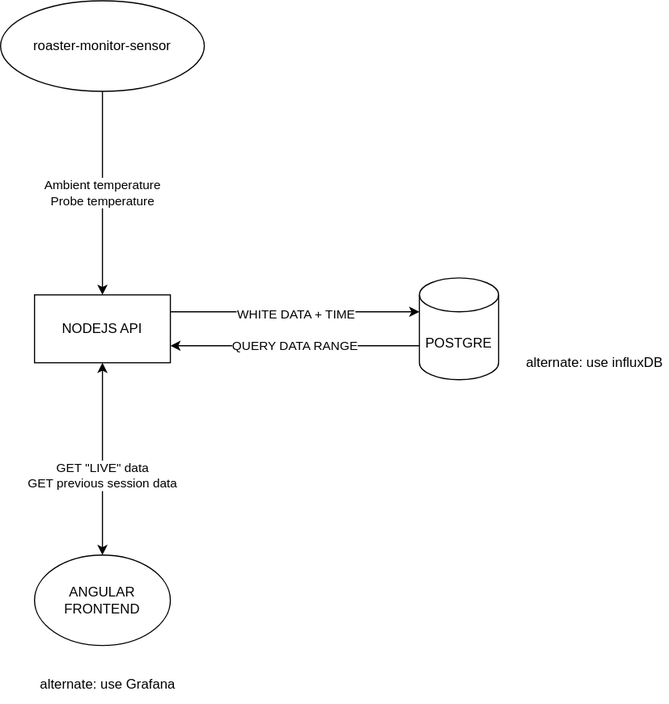
Earlier version of the draw.io export structure.drawio.svg (SuperJSBros/roaster-monitor-api). Source tidied: cells renumbered, new cells last; positions are measured from the earlier drawing's top-left corner, leaving out a move shared by most shapes.
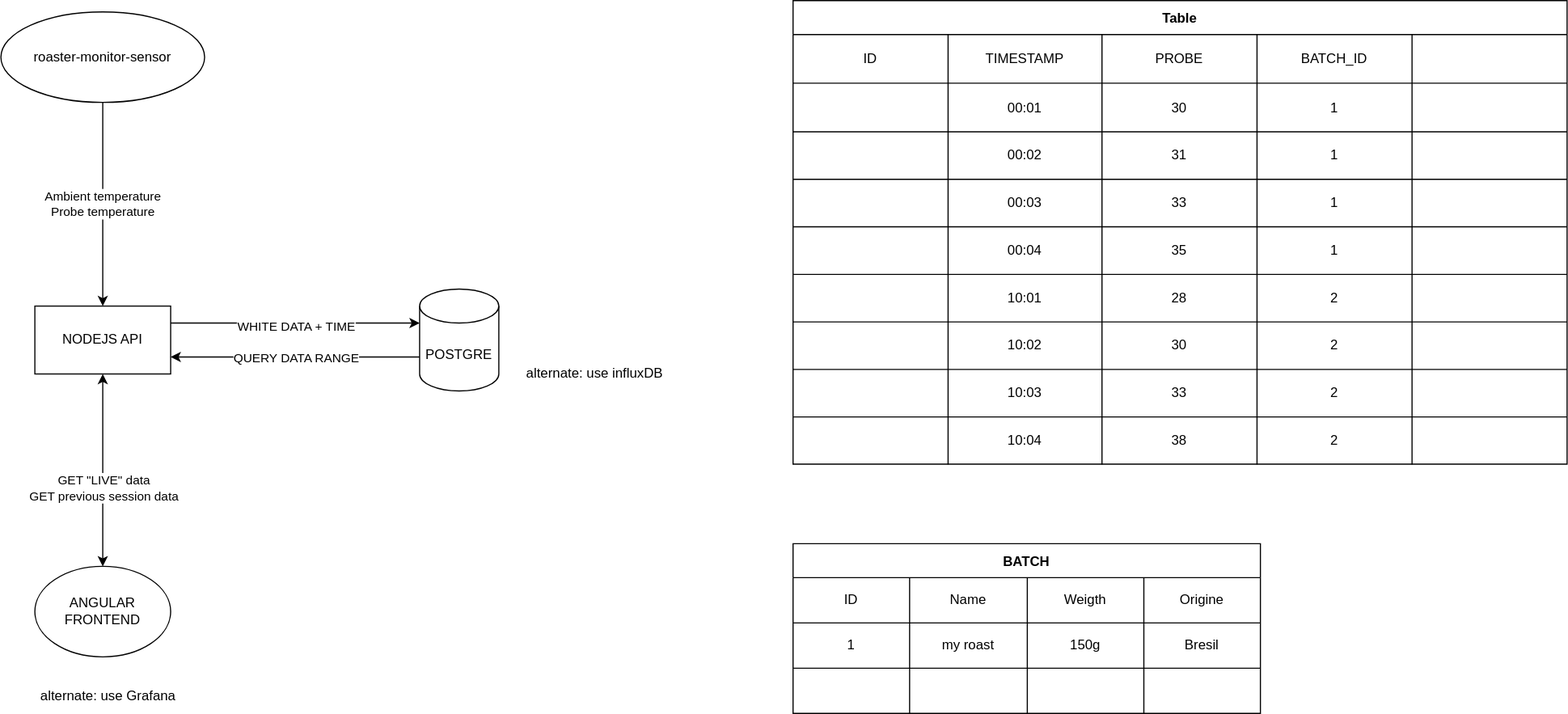
The same file after the commit.

Commit message:
added db table sketch

Diff of the diagram source:
```diff
@@ -47,5 +47,218 @@
     <mxCell id="14" value="alternate: use Grafana" style="text;html=1;strokeColor=none;fillColor=none;align=center;verticalAlign=middle;whiteSpace=wrap;rounded=0;" parent="1" vertex="1">
       <mxGeometry x="30" y="590" width="130" height="30" as="geometry" />
     </mxCell>
+    <mxCell id="15" value="Table" style="shape=table;startSize=30;fontStyle=1;align=center;" parent="1" vertex="1">
+      <mxGeometry x="700" y="-10" width="684" height="409.7" as="geometry" />
+    </mxCell>
+    <mxCell id="16" style="shape=tableRow;horizontal=0;startSize=0;swimlaneHead=0;swimlaneBody=0;top=0;left=0;bottom=0;right=0;fillColor=none;" parent="15" vertex="1">
+      <mxGeometry y="30" width="684" height="43" as="geometry" />
+    </mxCell>
+    <mxCell id="17" value="ID" style="shape=partialRectangle;html=1;whiteSpace=wrap;fillColor=none;top=0;left=0;bottom=0;right=0;overflow=hidden;" parent="16" vertex="1">
+      <mxGeometry width="137" height="43" as="geometry" />
+    </mxCell>
+    <mxCell id="18" value="TIMESTAMP" style="shape=partialRectangle;html=1;whiteSpace=wrap;fillColor=none;top=0;left=0;bottom=0;right=0;overflow=hidden;" parent="16" vertex="1">
+      <mxGeometry x="137" width="136" height="43" as="geometry" />
+    </mxCell>
+    <mxCell id="19" value="PROBE" style="shape=partialRectangle;html=1;whiteSpace=wrap;fillColor=none;top=0;left=0;bottom=0;right=0;overflow=hidden;" parent="16" vertex="1">
+      <mxGeometry x="273" width="137" height="43" as="geometry" />
+    </mxCell>
+    <mxCell id="20" value="BATCH_ID" style="shape=partialRectangle;html=1;whiteSpace=wrap;fillColor=none;top=0;left=0;bottom=0;right=0;overflow=hidden;" parent="16" vertex="1">
+      <mxGeometry x="410" width="137" height="43" as="geometry" />
+    </mxCell>
+    <mxCell id="21" style="shape=partialRectangle;html=1;whiteSpace=wrap;fillColor=none;top=0;left=0;bottom=0;right=0;overflow=hidden;" parent="16" vertex="1">
+      <mxGeometry x="547" width="137" height="43" as="geometry" />
+    </mxCell>
+    <mxCell id="22" style="shape=tableRow;horizontal=0;startSize=0;swimlaneHead=0;swimlaneBody=0;top=0;left=0;bottom=0;right=0;fillColor=none;" parent="15" vertex="1">
+      <mxGeometry y="73" width="684" height="43" as="geometry" />
+    </mxCell>
+    <mxCell id="23" style="shape=partialRectangle;html=1;whiteSpace=wrap;fillColor=none;top=0;left=0;bottom=0;right=0;overflow=hidden;" parent="22" vertex="1">
+      <mxGeometry width="137" height="43" as="geometry" />
+    </mxCell>
+    <mxCell id="24" value="00:01" style="shape=partialRectangle;html=1;whiteSpace=wrap;fillColor=none;top=0;left=0;bottom=0;right=0;overflow=hidden;" parent="22" vertex="1">
+      <mxGeometry x="137" width="136" height="43" as="geometry" />
+    </mxCell>
+    <mxCell id="25" value="30" style="shape=partialRectangle;html=1;whiteSpace=wrap;fillColor=none;top=0;left=0;bottom=0;right=0;overflow=hidden;" parent="22" vertex="1">
+      <mxGeometry x="273" width="137" height="43" as="geometry" />
+    </mxCell>
+    <mxCell id="26" value="1" style="shape=partialRectangle;html=1;whiteSpace=wrap;fillColor=none;top=0;left=0;bottom=0;right=0;overflow=hidden;" parent="22" vertex="1">
+      <mxGeometry x="410" width="137" height="43" as="geometry" />
+    </mxCell>
+    <mxCell id="27" style="shape=partialRectangle;html=1;whiteSpace=wrap;fillColor=none;top=0;left=0;bottom=0;right=0;overflow=hidden;" parent="22" vertex="1">
+      <mxGeometry x="547" width="137" height="43" as="geometry" />
+    </mxCell>
+    <mxCell id="28" style="shape=tableRow;horizontal=0;startSize=0;swimlaneHead=0;swimlaneBody=0;top=0;left=0;bottom=0;right=0;fillColor=none;" parent="15" vertex="1">
+      <mxGeometry y="116" width="684" height="42" as="geometry" />
+    </mxCell>
+    <mxCell id="29" style="shape=partialRectangle;html=1;whiteSpace=wrap;fillColor=none;top=0;left=0;bottom=0;right=0;overflow=hidden;" parent="28" vertex="1">
+      <mxGeometry width="137" height="42" as="geometry" />
+    </mxCell>
+    <mxCell id="30" value="00:02" style="shape=partialRectangle;html=1;whiteSpace=wrap;fillColor=none;top=0;left=0;bottom=0;right=0;overflow=hidden;" parent="28" vertex="1">
+      <mxGeometry x="137" width="136" height="42" as="geometry" />
+    </mxCell>
+    <mxCell id="31" value="31" style="shape=partialRectangle;html=1;whiteSpace=wrap;fillColor=none;top=0;left=0;bottom=0;right=0;overflow=hidden;" parent="28" vertex="1">
+      <mxGeometry x="273" width="137" height="42" as="geometry" />
+    </mxCell>
+    <mxCell id="32" value="1" style="shape=partialRectangle;html=1;whiteSpace=wrap;fillColor=none;top=0;left=0;bottom=0;right=0;overflow=hidden;" parent="28" vertex="1">
+      <mxGeometry x="410" width="137" height="42" as="geometry" />
+    </mxCell>
+    <mxCell id="33" style="shape=partialRectangle;html=1;whiteSpace=wrap;fillColor=none;top=0;left=0;bottom=0;right=0;overflow=hidden;" parent="28" vertex="1">
+      <mxGeometry x="547" width="137" height="42" as="geometry" />
+    </mxCell>
+    <mxCell id="34" style="shape=tableRow;horizontal=0;startSize=0;swimlaneHead=0;swimlaneBody=0;top=0;left=0;bottom=0;right=0;fillColor=none;" parent="15" vertex="1">
+      <mxGeometry y="158" width="684" height="42" as="geometry" />
+    </mxCell>
+    <mxCell id="35" style="shape=partialRectangle;html=1;whiteSpace=wrap;fillColor=none;top=0;left=0;bottom=0;right=0;overflow=hidden;" parent="34" vertex="1">
+      <mxGeometry width="137" height="42" as="geometry" />
+    </mxCell>
+    <mxCell id="36" value="00:03" style="shape=partialRectangle;html=1;whiteSpace=wrap;fillColor=none;top=0;left=0;bottom=0;right=0;overflow=hidden;" parent="34" vertex="1">
+      <mxGeometry x="137" width="136" height="42" as="geometry" />
+    </mxCell>
+    <mxCell id="37" value="33" style="shape=partialRectangle;html=1;whiteSpace=wrap;fillColor=none;top=0;left=0;bottom=0;right=0;overflow=hidden;" parent="34" vertex="1">
+      <mxGeometry x="273" width="137" height="42" as="geometry" />
+    </mxCell>
+    <mxCell id="38" value="1" style="shape=partialRectangle;html=1;whiteSpace=wrap;fillColor=none;top=0;left=0;bottom=0;right=0;overflow=hidden;" parent="34" vertex="1">
+      <mxGeometry x="410" width="137" height="42" as="geometry" />
+    </mxCell>
+    <mxCell id="39" style="shape=partialRectangle;html=1;whiteSpace=wrap;fillColor=none;top=0;left=0;bottom=0;right=0;overflow=hidden;" parent="34" vertex="1">
+      <mxGeometry x="547" width="137" height="42" as="geometry" />
+    </mxCell>
+    <mxCell id="40" style="shape=tableRow;horizontal=0;startSize=0;swimlaneHead=0;swimlaneBody=0;top=0;left=0;bottom=0;right=0;fillColor=none;" parent="15" vertex="1">
+      <mxGeometry y="200" width="684" height="42" as="geometry" />
+    </mxCell>
+    <mxCell id="41" style="shape=partialRectangle;html=1;whiteSpace=wrap;fillColor=none;top=0;left=0;bottom=0;right=0;overflow=hidden;" parent="40" vertex="1">
+      <mxGeometry width="137" height="42" as="geometry" />
+    </mxCell>
+    <mxCell id="42" value="00:04" style="shape=partialRectangle;html=1;whiteSpace=wrap;fillColor=none;top=0;left=0;bottom=0;right=0;overflow=hidden;" parent="40" vertex="1">
+      <mxGeometry x="137" width="136" height="42" as="geometry" />
+    </mxCell>
+    <mxCell id="43" value="35" style="shape=partialRectangle;html=1;whiteSpace=wrap;fillColor=none;top=0;left=0;bottom=0;right=0;overflow=hidden;" parent="40" vertex="1">
+      <mxGeometry x="273" width="137" height="42" as="geometry" />
+    </mxCell>
+    <mxCell id="44" value="1" style="shape=partialRectangle;html=1;whiteSpace=wrap;fillColor=none;top=0;left=0;bottom=0;right=0;overflow=hidden;" parent="40" vertex="1">
+      <mxGeometry x="410" width="137" height="42" as="geometry" />
+    </mxCell>
+    <mxCell id="45" style="shape=partialRectangle;html=1;whiteSpace=wrap;fillColor=none;top=0;left=0;bottom=0;right=0;overflow=hidden;" parent="40" vertex="1">
+      <mxGeometry x="547" width="137" height="42" as="geometry" />
+    </mxCell>
+    <mxCell id="46" style="shape=tableRow;horizontal=0;startSize=0;swimlaneHead=0;swimlaneBody=0;top=0;left=0;bottom=0;right=0;fillColor=none;" parent="15" vertex="1">
+      <mxGeometry y="242" width="684" height="42" as="geometry" />
+    </mxCell>
+    <mxCell id="47" style="shape=partialRectangle;html=1;whiteSpace=wrap;fillColor=none;top=0;left=0;bottom=0;right=0;overflow=hidden;" parent="46" vertex="1">
+      <mxGeometry width="137" height="42" as="geometry" />
+    </mxCell>
+    <mxCell id="48" value="10:01" style="shape=partialRectangle;html=1;whiteSpace=wrap;fillColor=none;top=0;left=0;bottom=0;right=0;overflow=hidden;" parent="46" vertex="1">
+      <mxGeometry x="137" width="136" height="42" as="geometry" />
+    </mxCell>
+    <mxCell id="49" value="28" style="shape=partialRectangle;html=1;whiteSpace=wrap;fillColor=none;top=0;left=0;bottom=0;right=0;overflow=hidden;" parent="46" vertex="1">
+      <mxGeometry x="273" width="137" height="42" as="geometry" />
+    </mxCell>
+    <mxCell id="50" value="2" style="shape=partialRectangle;html=1;whiteSpace=wrap;fillColor=none;top=0;left=0;bottom=0;right=0;overflow=hidden;" parent="46" vertex="1">
+      <mxGeometry x="410" width="137" height="42" as="geometry" />
+    </mxCell>
+    <mxCell id="51" style="shape=partialRectangle;html=1;whiteSpace=wrap;fillColor=none;top=0;left=0;bottom=0;right=0;overflow=hidden;" parent="46" vertex="1">
+      <mxGeometry x="547" width="137" height="42" as="geometry" />
+    </mxCell>
+    <mxCell id="52" style="shape=tableRow;horizontal=0;startSize=0;swimlaneHead=0;swimlaneBody=0;top=0;left=0;bottom=0;right=0;fillColor=none;" parent="15" vertex="1">
+      <mxGeometry y="284" width="684" height="42" as="geometry" />
+    </mxCell>
+    <mxCell id="53" style="shape=partialRectangle;html=1;whiteSpace=wrap;fillColor=none;top=0;left=0;bottom=0;right=0;overflow=hidden;" parent="52" vertex="1">
+      <mxGeometry width="137" height="42" as="geometry" />
+    </mxCell>
+    <mxCell id="54" value="10:02" style="shape=partialRectangle;html=1;whiteSpace=wrap;fillColor=none;top=0;left=0;bottom=0;right=0;overflow=hidden;" parent="52" vertex="1">
+      <mxGeometry x="137" width="136" height="42" as="geometry" />
+    </mxCell>
+    <mxCell id="55" value="30" style="shape=partialRectangle;html=1;whiteSpace=wrap;fillColor=none;top=0;left=0;bottom=0;right=0;overflow=hidden;" parent="52" vertex="1">
+      <mxGeometry x="273" width="137" height="42" as="geometry" />
+    </mxCell>
+    <mxCell id="56" value="2" style="shape=partialRectangle;html=1;whiteSpace=wrap;fillColor=none;top=0;left=0;bottom=0;right=0;overflow=hidden;" parent="52" vertex="1">
+      <mxGeometry x="410" width="137" height="42" as="geometry" />
+    </mxCell>
+    <mxCell id="57" style="shape=partialRectangle;html=1;whiteSpace=wrap;fillColor=none;top=0;left=0;bottom=0;right=0;overflow=hidden;" parent="52" vertex="1">
+      <mxGeometry x="547" width="137" height="42" as="geometry" />
+    </mxCell>
+    <mxCell id="58" style="shape=tableRow;horizontal=0;startSize=0;swimlaneHead=0;swimlaneBody=0;top=0;left=0;bottom=0;right=0;fillColor=none;" parent="15" vertex="1">
+      <mxGeometry y="326" width="684" height="42" as="geometry" />
+    </mxCell>
+    <mxCell id="59" style="shape=partialRectangle;html=1;whiteSpace=wrap;fillColor=none;top=0;left=0;bottom=0;right=0;overflow=hidden;" parent="58" vertex="1">
+      <mxGeometry width="137" height="42" as="geometry" />
+    </mxCell>
+    <mxCell id="60" value="10:03" style="shape=partialRectangle;html=1;whiteSpace=wrap;fillColor=none;top=0;left=0;bottom=0;right=0;overflow=hidden;" parent="58" vertex="1">
+      <mxGeometry x="137" width="136" height="42" as="geometry" />
+    </mxCell>
+    <mxCell id="61" value="33" style="shape=partialRectangle;html=1;whiteSpace=wrap;fillColor=none;top=0;left=0;bottom=0;right=0;overflow=hidden;" parent="58" vertex="1">
+      <mxGeometry x="273" width="137" height="42" as="geometry" />
+    </mxCell>
+    <mxCell id="62" value="2" style="shape=partialRectangle;html=1;whiteSpace=wrap;fillColor=none;top=0;left=0;bottom=0;right=0;overflow=hidden;" parent="58" vertex="1">
+      <mxGeometry x="410" width="137" height="42" as="geometry" />
+    </mxCell>
+    <mxCell id="63" style="shape=partialRectangle;html=1;whiteSpace=wrap;fillColor=none;top=0;left=0;bottom=0;right=0;overflow=hidden;" parent="58" vertex="1">
+      <mxGeometry x="547" width="137" height="42" as="geometry" />
+    </mxCell>
+    <mxCell id="64" style="shape=tableRow;horizontal=0;startSize=0;swimlaneHead=0;swimlaneBody=0;top=0;left=0;bottom=0;right=0;fillColor=none;" parent="15" vertex="1">
+      <mxGeometry y="368" width="684" height="42" as="geometry" />
+    </mxCell>
+    <mxCell id="65" style="shape=partialRectangle;html=1;whiteSpace=wrap;fillColor=none;top=0;left=0;bottom=0;right=0;overflow=hidden;" parent="64" vertex="1">
+      <mxGeometry width="137" height="42" as="geometry" />
+    </mxCell>
+    <mxCell id="66" value="10:04" style="shape=partialRectangle;html=1;whiteSpace=wrap;fillColor=none;top=0;left=0;bottom=0;right=0;overflow=hidden;" parent="64" vertex="1">
+      <mxGeometry x="137" width="136" height="42" as="geometry" />
+    </mxCell>
+    <mxCell id="67" value="38" style="shape=partialRectangle;html=1;whiteSpace=wrap;fillColor=none;top=0;left=0;bottom=0;right=0;overflow=hidden;" parent="64" vertex="1">
+      <mxGeometry x="273" width="137" height="42" as="geometry" />
+    </mxCell>
+    <mxCell id="68" value="2" style="shape=partialRectangle;html=1;whiteSpace=wrap;fillColor=none;top=0;left=0;bottom=0;right=0;overflow=hidden;" parent="64" vertex="1">
+      <mxGeometry x="410" width="137" height="42" as="geometry" />
+    </mxCell>
+    <mxCell id="69" style="shape=partialRectangle;html=1;whiteSpace=wrap;fillColor=none;top=0;left=0;bottom=0;right=0;overflow=hidden;" parent="64" vertex="1">
+      <mxGeometry x="547" width="137" height="42" as="geometry" />
+    </mxCell>
+    <mxCell id="70" value="BATCH" style="shape=table;startSize=30;fontStyle=1;align=center;" parent="1" vertex="1">
+      <mxGeometry x="700" y="470" width="413" height="150" as="geometry" />
+    </mxCell>
+    <mxCell id="71" style="shape=tableRow;horizontal=0;startSize=0;swimlaneHead=0;swimlaneBody=0;top=0;left=0;bottom=0;right=0;fillColor=none;" parent="70" vertex="1">
+      <mxGeometry y="30" width="413" height="40" as="geometry" />
+    </mxCell>
+    <mxCell id="72" value="ID" style="shape=partialRectangle;html=1;whiteSpace=wrap;fillColor=none;top=0;left=0;bottom=0;right=0;overflow=hidden;" parent="71" vertex="1">
+      <mxGeometry width="103" height="40" as="geometry" />
+    </mxCell>
+    <mxCell id="73" value="Name" style="shape=partialRectangle;html=1;whiteSpace=wrap;fillColor=none;top=0;left=0;bottom=0;right=0;overflow=hidden;" parent="71" vertex="1">
+      <mxGeometry x="103" width="104" height="40" as="geometry" />
+    </mxCell>
+    <mxCell id="74" value="Weigth" style="shape=partialRectangle;html=1;whiteSpace=wrap;fillColor=none;top=0;left=0;bottom=0;right=0;overflow=hidden;" parent="71" vertex="1">
+      <mxGeometry x="207" width="103" height="40" as="geometry" />
+    </mxCell>
+    <mxCell id="75" value="Origine" style="shape=partialRectangle;html=1;whiteSpace=wrap;fillColor=none;top=0;left=0;bottom=0;right=0;overflow=hidden;" parent="71" vertex="1">
+      <mxGeometry x="310" width="103" height="40" as="geometry" />
+    </mxCell>
+    <mxCell id="76" style="shape=tableRow;horizontal=0;startSize=0;swimlaneHead=0;swimlaneBody=0;top=0;left=0;bottom=0;right=0;fillColor=none;" parent="70" vertex="1">
+      <mxGeometry y="70" width="413" height="40" as="geometry" />
+    </mxCell>
+    <mxCell id="77" value="1" style="shape=partialRectangle;html=1;whiteSpace=wrap;fillColor=none;top=0;left=0;bottom=0;right=0;overflow=hidden;" parent="76" vertex="1">
+      <mxGeometry width="103" height="40" as="geometry" />
+    </mxCell>
+    <mxCell id="78" value="my roast" style="shape=partialRectangle;html=1;whiteSpace=wrap;fillColor=none;top=0;left=0;bottom=0;right=0;overflow=hidden;" parent="76" vertex="1">
+      <mxGeometry x="103" width="104" height="40" as="geometry" />
+    </mxCell>
+    <mxCell id="79" value="150g" style="shape=partialRectangle;html=1;whiteSpace=wrap;fillColor=none;top=0;left=0;bottom=0;right=0;overflow=hidden;" parent="76" vertex="1">
+      <mxGeometry x="207" width="103" height="40" as="geometry" />
+    </mxCell>
+    <mxCell id="80" value="Bresil" style="shape=partialRectangle;html=1;whiteSpace=wrap;fillColor=none;top=0;left=0;bottom=0;right=0;overflow=hidden;" parent="76" vertex="1">
+      <mxGeometry x="310" width="103" height="40" as="geometry" />
+    </mxCell>
+    <mxCell id="81" style="shape=tableRow;horizontal=0;startSize=0;swimlaneHead=0;swimlaneBody=0;top=0;left=0;bottom=0;right=0;fillColor=none;" parent="70" vertex="1">
+      <mxGeometry y="110" width="413" height="40" as="geometry" />
+    </mxCell>
+    <mxCell id="82" style="shape=partialRectangle;html=1;whiteSpace=wrap;fillColor=none;top=0;left=0;bottom=0;right=0;overflow=hidden;" parent="81" vertex="1">
+      <mxGeometry width="103" height="40" as="geometry" />
+    </mxCell>
+    <mxCell id="83" style="shape=partialRectangle;html=1;whiteSpace=wrap;fillColor=none;top=0;left=0;bottom=0;right=0;overflow=hidden;" parent="81" vertex="1">
+      <mxGeometry x="103" width="104" height="40" as="geometry" />
+    </mxCell>
+    <mxCell id="84" style="shape=partialRectangle;html=1;whiteSpace=wrap;fillColor=none;top=0;left=0;bottom=0;right=0;overflow=hidden;" parent="81" vertex="1">
+      <mxGeometry x="207" width="103" height="40" as="geometry" />
+    </mxCell>
+    <mxCell id="85" style="shape=partialRectangle;html=1;whiteSpace=wrap;fillColor=none;top=0;left=0;bottom=0;right=0;overflow=hidden;" parent="81" vertex="1">
+      <mxGeometry x="310" width="103" height="40" as="geometry" />
+    </mxCell>
   </root>
 </mxGraphModel>
```
